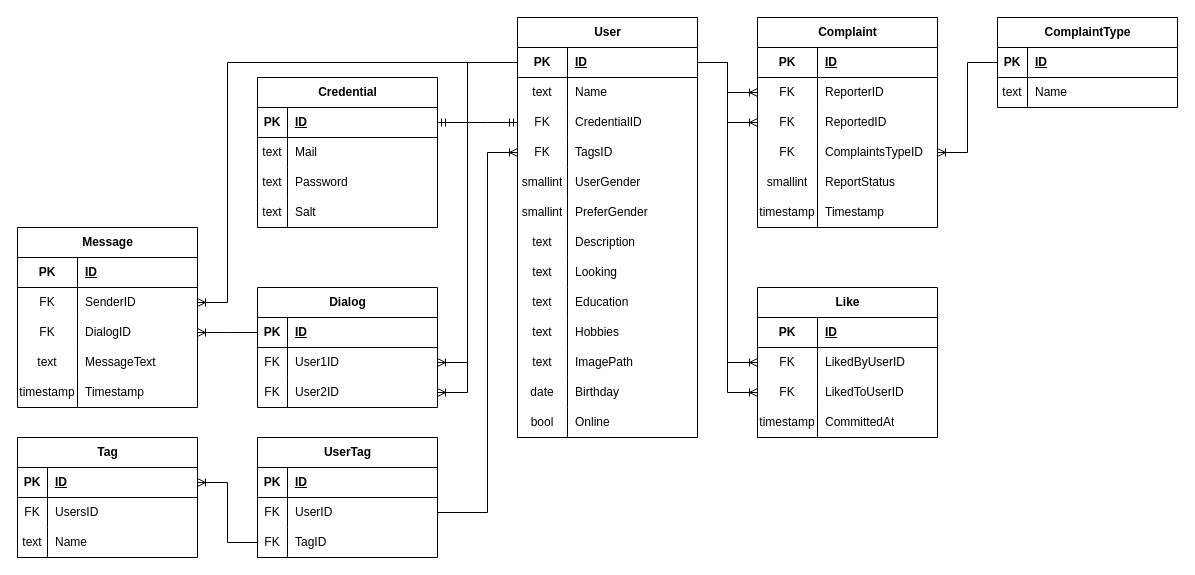
This is page "Схема БД" (1 of 2) of db/normalized/Umlaut.drawio from go-park-mail-ru/2023_2_Umlaut, a draw.io file, before an edit. Source tidied: cells renumbered, new cells numbered last; positions are measured from the earlier drawing's top-left corner, leaving out a move shared by most shapes. Both pictures are drawn from the tidied source at 100%, with x=0, y=0 at pixel (17, 17).
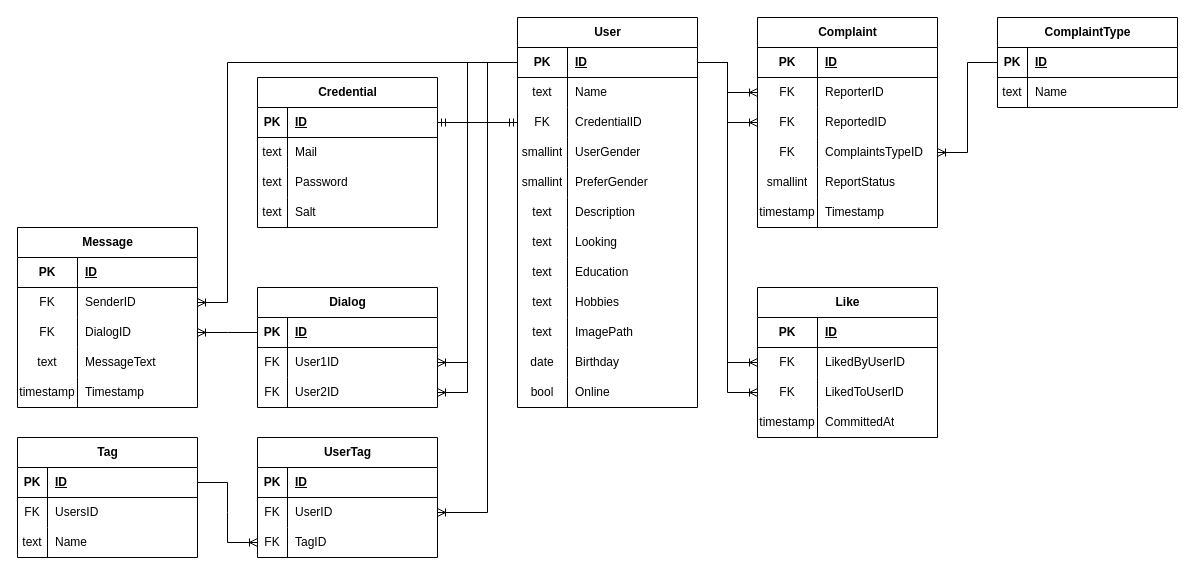
After the change.

The change refers to these unchanged cells:
```xml
<mxCell id="3" style="shape=tableRow;horizontal=0;startSize=0;swimlaneHead=0;swimlaneBody=0;fillColor=none;points=[[0,0.5],[1,0.5]];portConstraint=eastwest;top=0;left=0;right=0;bottom=1;" parent="2" vertex="1">
  <mxGeometry y="30" width="180" height="30" as="geometry" />
</mxCell>
<mxCell id="131" style="shape=tableRow;horizontal=0;startSize=0;swimlaneHead=0;swimlaneBody=0;fillColor=none;points=[[0,0.5],[1,0.5]];portConstraint=eastwest;top=0;left=0;right=0;bottom=1;" parent="130" vertex="1">
  <mxGeometry y="30" width="180" height="30" as="geometry" />
</mxCell>
<mxCell id="144" style="shape=tableRow;horizontal=0;startSize=0;swimlaneHead=0;swimlaneBody=0;fillColor=none;points=[[0,0.5],[1,0.5]];portConstraint=eastwest;top=0;left=0;right=0;bottom=0;" parent="140" vertex="1">
  <mxGeometry y="60" width="180" height="30" as="geometry" />
</mxCell>
<mxCell id="147" style="shape=tableRow;horizontal=0;startSize=0;swimlaneHead=0;swimlaneBody=0;fillColor=none;points=[[0,0.5],[1,0.5]];portConstraint=eastwest;top=0;left=0;right=0;bottom=0;" parent="140" vertex="1">
  <mxGeometry y="90" width="180" height="30" as="geometry" />
</mxCell>
```

Diff of the diagram source:
```diff
@@
     <mxCell id="2" value="User" style="shape=table;startSize=30;childLayout=tableLayout;rowLines=0;fontStyle=1;align=center;html=1;" parent="1" vertex="1">
-      <mxGeometry x="500" width="180" height="420" as="geometry" />
+      <mxGeometry x="500" width="180" height="390" as="geometry" />
     </mxCell>
@@
-    <mxCell id="12" style="shape=tableRow;horizontal=0;startSize=0;swimlaneHead=0;swimlaneBody=0;fillColor=none;points=[[0,0.5],[1,0.5]];portConstraint=eastwest;top=0;left=0;right=0;bottom=0;" parent="2" vertex="1">
-      <mxGeometry y="120" width="180" height="30" as="geometry" />
-    </mxCell>
-    <mxCell id="13" value="FK" style="shape=partialRectangle;fillColor=none;top=0;left=0;bottom=0;right=0;overflow=hidden;whiteSpace=wrap;html=1;" parent="12" vertex="1">
-      <mxGeometry width="50" height="30" as="geometry" />
-    </mxCell>
-    <mxCell id="14" value="TagsID" style="shape=partialRectangle;fillColor=none;top=0;left=0;bottom=0;right=0;align=left;spacingLeft=6;overflow=hidden;whiteSpace=wrap;html=1;" parent="12" vertex="1">
-      <mxGeometry x="50" width="130" height="30" as="geometry" />
-    </mxCell>
     <mxCell id="15" style="shape=tableRow;horizontal=0;startSize=0;swimlaneHead=0;swimlaneBody=0;fillColor=none;top=0;left=0;right=0;bottom=0;" parent="2" vertex="1">
-      <mxGeometry y="150" width="180" height="30" as="geometry" />
+      <mxGeometry y="120" width="180" height="30" as="geometry" />
     </mxCell>
@@
     <mxCell id="18" style="shape=tableRow;horizontal=0;startSize=0;swimlaneHead=0;swimlaneBody=0;fillColor=none;top=0;left=0;right=0;bottom=0;" parent="2" vertex="1">
-      <mxGeometry y="180" width="180" height="30" as="geometry" />
+      <mxGeometry y="150" width="180" height="30" as="geometry" />
     </mxCell>
@@
     <mxCell id="21" style="shape=tableRow;horizontal=0;startSize=0;swimlaneHead=0;swimlaneBody=0;fillColor=none;top=0;left=0;right=0;bottom=0;" parent="2" vertex="1">
-      <mxGeometry y="210" width="180" height="30" as="geometry" />
+      <mxGeometry y="180" width="180" height="30" as="geometry" />
     </mxCell>
@@
     <mxCell id="24" style="shape=tableRow;horizontal=0;startSize=0;swimlaneHead=0;swimlaneBody=0;fillColor=none;top=0;left=0;right=0;bottom=0;" parent="2" vertex="1">
-      <mxGeometry y="240" width="180" height="30" as="geometry" />
+      <mxGeometry y="210" width="180" height="30" as="geometry" />
     </mxCell>
@@
     <mxCell id="27" style="shape=tableRow;horizontal=0;startSize=0;swimlaneHead=0;swimlaneBody=0;fillColor=none;top=0;left=0;right=0;bottom=0;" parent="2" vertex="1">
-      <mxGeometry y="270" width="180" height="30" as="geometry" />
+      <mxGeometry y="240" width="180" height="30" as="geometry" />
     </mxCell>
@@
     <mxCell id="30" style="shape=tableRow;horizontal=0;startSize=0;swimlaneHead=0;swimlaneBody=0;fillColor=none;top=0;left=0;right=0;bottom=0;" parent="2" vertex="1">
-      <mxGeometry y="300" width="180" height="30" as="geometry" />
+      <mxGeometry y="270" width="180" height="30" as="geometry" />
     </mxCell>
@@
     <mxCell id="33" style="shape=tableRow;horizontal=0;startSize=0;swimlaneHead=0;swimlaneBody=0;fillColor=none;top=0;left=0;right=0;bottom=0;" parent="2" vertex="1">
-      <mxGeometry y="330" width="180" height="30" as="geometry" />
+      <mxGeometry y="300" width="180" height="30" as="geometry" />
     </mxCell>
@@
     <mxCell id="36" style="shape=tableRow;horizontal=0;startSize=0;swimlaneHead=0;swimlaneBody=0;fillColor=none;top=0;left=0;right=0;bottom=0;" parent="2" vertex="1">
-      <mxGeometry y="360" width="180" height="30" as="geometry" />
+      <mxGeometry y="330" width="180" height="30" as="geometry" />
     </mxCell>
@@
     <mxCell id="39" style="shape=tableRow;horizontal=0;startSize=0;swimlaneHead=0;swimlaneBody=0;fillColor=none;top=0;left=0;right=0;bottom=0;" parent="2" vertex="1">
-      <mxGeometry y="390" width="180" height="30" as="geometry" />
+      <mxGeometry y="360" width="180" height="30" as="geometry" />
     </mxCell>
@@
-    <mxCell id="150" style="fontSize=12;html=1;endArrow=ERoneToMany;rounded=0;exitX=1;exitY=0.5;exitDx=0;exitDy=0;entryX=0;entryY=0.5;entryDx=0;entryDy=0;" parent="1" edge="1" source="144" target="12">
+    <mxCell id="150" style="fontSize=12;html=1;endArrow=ERoneToMany;rounded=0;exitX=0;exitY=0.5;exitDx=0;exitDy=0;entryX=1;entryY=0.5;entryDx=0;entryDy=0;" parent="1" edge="1" source="3" target="144">
       <mxGeometry relative="1" as="geometry">
         <Array as="points">
+          <mxPoint x="470" y="45" />
           <mxPoint x="470" y="495" />
-          <mxPoint x="470" y="135" />
         </Array>
       </mxGeometry>
     </mxCell>
-    <mxCell id="151" style="edgeStyle=entityRelationEdgeStyle;fontSize=12;html=1;endArrow=ERoneToMany;rounded=0;entryX=1;entryY=0.5;entryDx=0;entryDy=0;exitX=0;exitY=0.5;exitDx=0;exitDy=0;" parent="1" edge="1" source="147" target="131">
+    <mxCell id="151" style="edgeStyle=entityRelationEdgeStyle;fontSize=12;html=1;endArrow=ERoneToMany;rounded=0;exitX=1;exitY=0.5;exitDx=0;exitDy=0;entryX=0;entryY=0.5;entryDx=0;entryDy=0;" parent="1" edge="1" source="131" target="147">
       <mxGeometry relative="1" as="geometry" />
     </mxCell>
```
